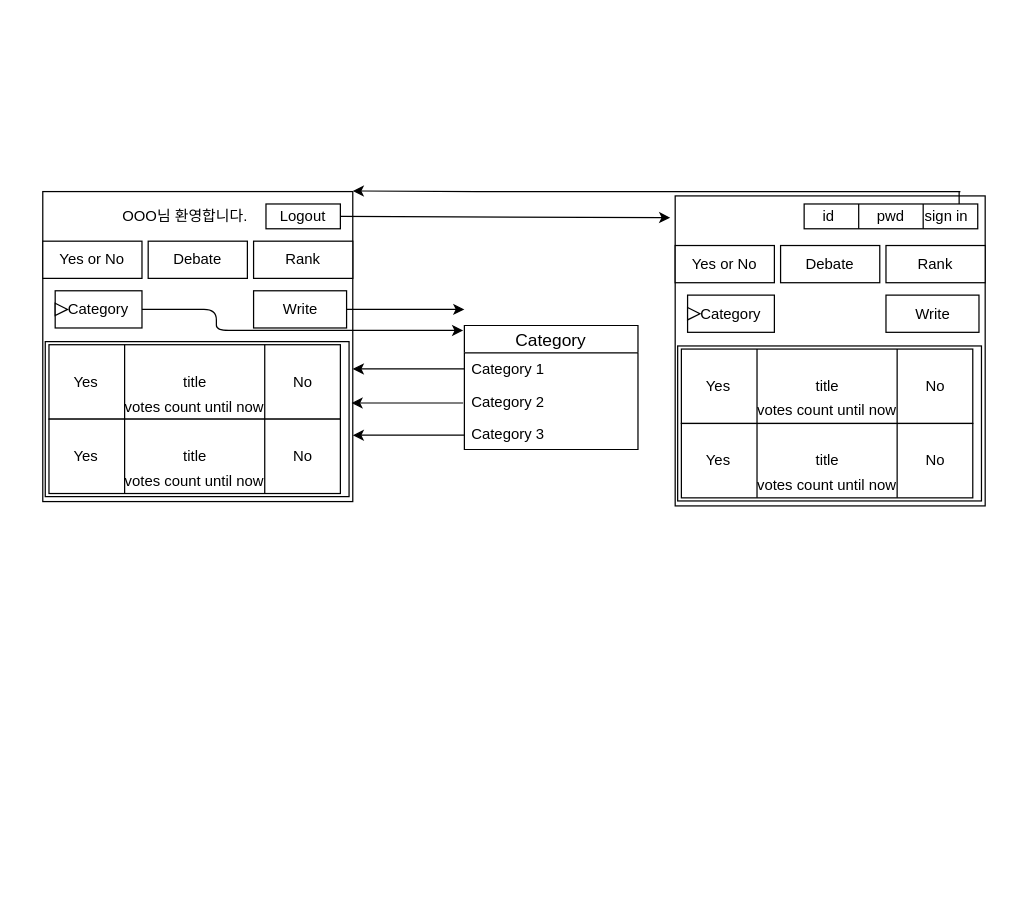
Earlier version of the draw.io diagram drawio_images/swpp201901_debate_Diagram.drawio (monchana/TalkCraft). Source tidied: cells renumbered, new cells numbered last; positions are measured from the earlier drawing's top-left corner, leaving out a move shared by most shapes. Both pictures are drawn from the tidied source at 124%, with x=0, y=0 at pixel (42, 191).
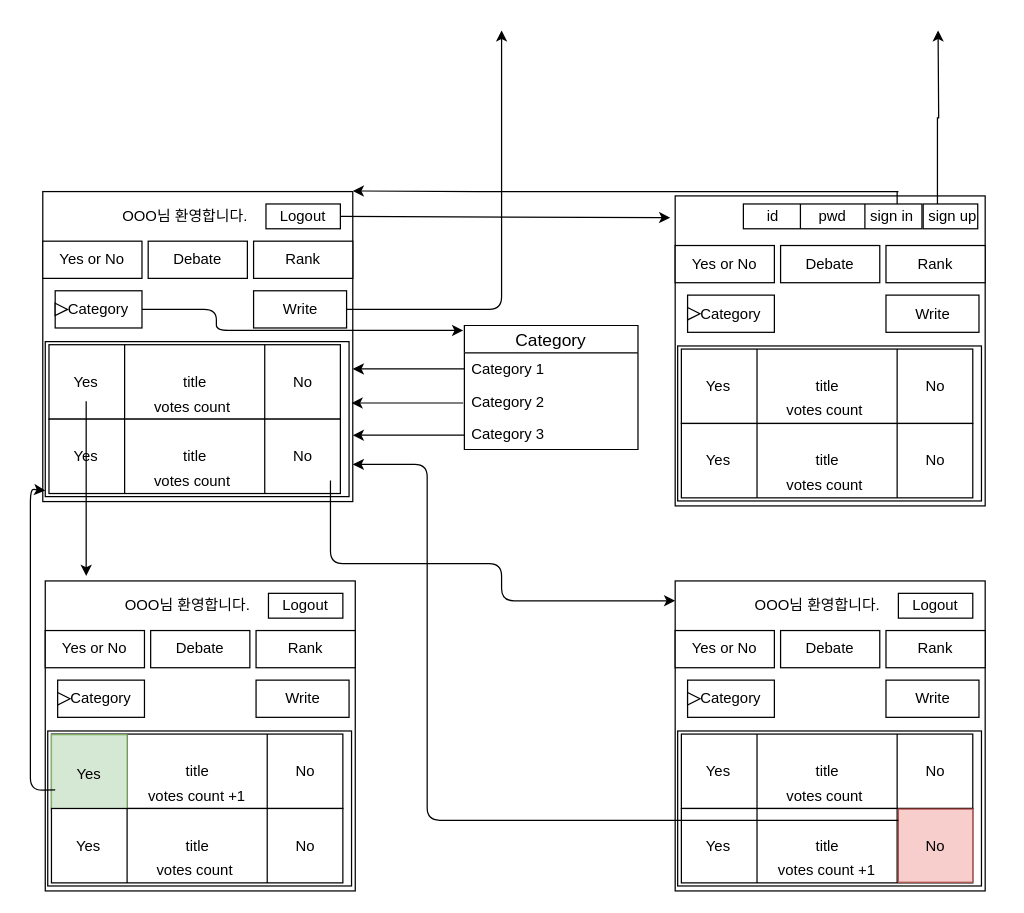
The same diagram, later.

The change refers to these unchanged cells:
```xml
<mxCell id="2" style="whiteSpace=wrap;html=1;" parent="1" vertex="1">
  <mxGeometry width="250" height="250" as="geometry" />
</mxCell>
```

What changed in the source:
```diff
@@
     <mxCell id="16" style="endArrow=classic;html=1;" parent="1" edge="1">
       <mxGeometry relative="1" as="geometry">
         <mxPoint x="245" y="95" as="sourcePoint" />
-        <mxPoint x="340" y="95" as="targetPoint" />
+        <mxPoint x="370" y="-130" as="targetPoint" />
+        <Array as="points">
+          <mxPoint x="370" y="95" />
+        </Array>
       </mxGeometry>
     </mxCell>
@@
-    <mxCell id="30" value="votes count until now" style="text;html=1;strokeColor=none;fillColor=none;align=center;verticalAlign=middle;whiteSpace=wrap;rounded=0;" parent="1" vertex="1">
+    <mxCell id="30" value="votes count&amp;nbsp;" style="text;html=1;strokeColor=none;fillColor=none;align=center;verticalAlign=middle;whiteSpace=wrap;rounded=0;" parent="1" vertex="1">
       <mxGeometry x="61" y="163.5" width="123" height="20" as="geometry" />
     </mxCell>
@@
-    <mxCell id="35" value="votes count until now" style="text;html=1;strokeColor=none;fillColor=none;align=center;verticalAlign=middle;whiteSpace=wrap;rounded=0;" parent="1" vertex="1">
+    <mxCell id="35" value="votes count&amp;nbsp;&lt;br&gt;" style="text;html=1;strokeColor=none;fillColor=none;align=center;verticalAlign=middle;whiteSpace=wrap;rounded=0;" parent="1" vertex="1">
       <mxGeometry x="61" y="223.5" width="123" height="20" as="geometry" />
     </mxCell>
@@
-    <mxCell id="52" value="votes count until now" style="text;html=1;strokeColor=none;fillColor=none;align=center;verticalAlign=middle;whiteSpace=wrap;rounded=0;" parent="1" vertex="1">
+    <mxCell id="52" value="votes count&amp;nbsp;" style="text;html=1;strokeColor=none;fillColor=none;align=center;verticalAlign=middle;whiteSpace=wrap;rounded=0;" parent="1" vertex="1">
       <mxGeometry x="571" y="167" width="123" height="20" as="geometry" />
     </mxCell>
@@
-    <mxCell id="57" value="votes count until now" style="text;html=1;strokeColor=none;fillColor=none;align=center;verticalAlign=middle;whiteSpace=wrap;rounded=0;" parent="1" vertex="1">
+    <mxCell id="57" value="votes count&amp;nbsp;" style="text;html=1;strokeColor=none;fillColor=none;align=center;verticalAlign=middle;whiteSpace=wrap;rounded=0;" parent="1" vertex="1">
       <mxGeometry x="571" y="227" width="123" height="20" as="geometry" />
     </mxCell>
     <mxCell id="58" style="shape=process;whiteSpace=wrap;html=1;backgroundOutline=1;size=0.31666666666666665;" parent="1" vertex="1">
-      <mxGeometry x="614" y="10" width="140" height="20" as="geometry" />
+      <mxGeometry x="565" y="10" width="144" height="20" as="geometry" />
     </mxCell>
+    <mxCell id="62" value="OOO님 환영합니다." style="text;html=1;strokeColor=none;fillColor=none;align=center;verticalAlign=middle;whiteSpace=wrap;rounded=0;" parent="1" vertex="1">
+      <mxGeometry x="55" y="10" width="120" height="20" as="geometry" />
+    </mxCell>
+    <mxCell id="63" style="endArrow=classic;html=1;" parent="1" edge="1">
+      <mxGeometry relative="1" as="geometry">
+        <mxPoint x="690" as="sourcePoint" />
+        <mxPoint x="250" y="-0.5" as="targetPoint" />
+        <Array as="points">
+          <mxPoint x="360" />
+        </Array>
+      </mxGeometry>
+    </mxCell>
     <mxCell id="59" value="id" style="text;html=1;strokeColor=none;fillColor=none;align=center;verticalAlign=middle;whiteSpace=wrap;rounded=0;" parent="1" vertex="1">
-      <mxGeometry x="614" y="10" width="40" height="20" as="geometry" />
+      <mxGeometry x="569" y="10" width="40" height="20" as="geometry" />
     </mxCell>
     <mxCell id="60" value="pwd" style="text;html=1;strokeColor=none;fillColor=none;align=center;verticalAlign=middle;whiteSpace=wrap;rounded=0;" parent="1" vertex="1">
-      <mxGeometry x="664" y="10" width="40" height="20" as="geometry" />
+      <mxGeometry x="617" y="10" width="40" height="20" as="geometry" />
     </mxCell>
     <mxCell id="61" value="sign in" style="text;html=1;strokeColor=none;fillColor=none;align=center;verticalAlign=middle;whiteSpace=wrap;rounded=0;" parent="1" vertex="1">
-      <mxGeometry x="684" y="10" width="90" height="20" as="geometry" />
+      <mxGeometry x="665" y="10" width="40" height="20" as="geometry" />
     </mxCell>
-    <mxCell id="62" value="OOO님 환영합니다." style="text;html=1;strokeColor=none;fillColor=none;align=center;verticalAlign=middle;whiteSpace=wrap;rounded=0;" parent="1" vertex="1">
-      <mxGeometry x="55" y="10" width="120" height="20" as="geometry" />
-    </mxCell>
-    <mxCell id="63" style="endArrow=classic;html=1;" parent="1" edge="1">
-      <mxGeometry relative="1" as="geometry">
-        <mxPoint x="740" as="sourcePoint" />
-        <mxPoint x="250" y="-0.5" as="targetPoint" />
-        <Array as="points">
-          <mxPoint x="360" />
-        </Array>
-      </mxGeometry>
-    </mxCell>
-    <mxCell id="64" style="endArrow=none;html=1;" parent="1" edge="1">
-      <mxGeometry relative="1" as="geometry">
-        <mxPoint x="739" y="10" as="sourcePoint" />
-        <mxPoint x="739" as="targetPoint" />
-      </mxGeometry>
-    </mxCell>
+    <mxCell id="65" style="rounded=0;whiteSpace=wrap;html=1;" parent="1" vertex="1">
+      <mxGeometry x="710" y="10" width="44" height="20" as="geometry" />
+    </mxCell>
+    <mxCell id="66" style="edgeStyle=orthogonalEdgeStyle;rounded=0;jettySize=auto;html=1;exitX=0.25;exitY=0;exitDx=0;exitDy=0;" parent="1" edge="1" source="67">
+      <mxGeometry relative="1" as="geometry">
+        <mxPoint x="722" y="-130" as="targetPoint" />
+      </mxGeometry>
+    </mxCell>
+    <mxCell id="67" value="sign up" style="text;html=1;strokeColor=none;fillColor=none;align=center;verticalAlign=middle;whiteSpace=wrap;rounded=0;" parent="1" vertex="1">
+      <mxGeometry x="709" y="10" width="50" height="20" as="geometry" />
+    </mxCell>
+    <mxCell id="68" style="endArrow=none;html=1;" parent="1" edge="1">
+      <mxGeometry relative="1" as="geometry">
+        <mxPoint x="689" y="10" as="sourcePoint" />
+        <mxPoint x="689" as="targetPoint" />
+      </mxGeometry>
+    </mxCell>
+    <mxCell id="69" style="whiteSpace=wrap;html=1;" parent="1" vertex="1">
+      <mxGeometry x="2" y="314" width="250" height="250" as="geometry" />
+    </mxCell>
+    <mxCell id="70" style="rounded=0;whiteSpace=wrap;html=1;" parent="1" vertex="1">
+      <mxGeometry x="182" y="324" width="60" height="20" as="geometry" />
+    </mxCell>
+    <mxCell id="71" value="Logout" style="text;html=1;strokeColor=none;fillColor=none;align=center;verticalAlign=middle;whiteSpace=wrap;rounded=0;" parent="1" vertex="1">
+      <mxGeometry x="192" y="324" width="40" height="20" as="geometry" />
+    </mxCell>
+    <mxCell id="72" style="rounded=0;whiteSpace=wrap;html=1;" parent="1" vertex="1">
+      <mxGeometry x="2" y="354" width="80" height="30" as="geometry" />
+    </mxCell>
+    <mxCell id="73" value="Yes or No" style="text;html=1;strokeColor=none;fillColor=none;align=center;verticalAlign=middle;whiteSpace=wrap;rounded=0;" parent="1" vertex="1">
+      <mxGeometry x="12" y="359" width="60" height="20" as="geometry" />
+    </mxCell>
+    <mxCell id="74" style="rounded=0;whiteSpace=wrap;html=1;" parent="1" vertex="1">
+      <mxGeometry x="87" y="354" width="80" height="30" as="geometry" />
+    </mxCell>
+    <mxCell id="75" value="Debate" style="text;html=1;strokeColor=none;fillColor=none;align=center;verticalAlign=middle;whiteSpace=wrap;rounded=0;" parent="1" vertex="1">
+      <mxGeometry x="107" y="359" width="40" height="20" as="geometry" />
+    </mxCell>
+    <mxCell id="76" style="rounded=0;whiteSpace=wrap;html=1;" parent="1" vertex="1">
+      <mxGeometry x="172" y="354" width="80" height="30" as="geometry" />
+    </mxCell>
+    <mxCell id="77" value="Rank" style="text;html=1;strokeColor=none;fillColor=none;align=center;verticalAlign=middle;whiteSpace=wrap;rounded=0;" parent="1" vertex="1">
+      <mxGeometry x="192" y="359" width="40" height="20" as="geometry" />
+    </mxCell>
+    <mxCell id="78" value="Category" style="html=1;whiteSpace=wrap;" parent="1" vertex="1">
+      <mxGeometry x="12" y="394" width="70" height="30" as="geometry" />
+    </mxCell>
+    <mxCell id="79" style="triangle;html=1;whiteSpace=wrap;" parent="78" vertex="1">
+      <mxGeometry y="10" width="10" height="10" as="geometry" />
+    </mxCell>
+    <mxCell id="80" style="rounded=0;whiteSpace=wrap;html=1;" parent="1" vertex="1">
+      <mxGeometry x="172" y="394" width="75" height="30" as="geometry" />
+    </mxCell>
+    <mxCell id="81" value="Write" style="text;html=1;strokeColor=none;fillColor=none;align=center;verticalAlign=middle;whiteSpace=wrap;rounded=0;" parent="1" vertex="1">
+      <mxGeometry x="189.5" y="399" width="40" height="20" as="geometry" />
+    </mxCell>
+    <mxCell id="82" style="rounded=0;whiteSpace=wrap;html=1;" parent="1" vertex="1">
+      <mxGeometry x="4" y="435" width="245" height="125" as="geometry" />
+    </mxCell>
+    <mxCell id="83" style="shape=process;whiteSpace=wrap;html=1;backgroundOutline=1;size=0.25957446808510637;" parent="1" vertex="1">
+      <mxGeometry x="7" y="437.5" width="235" height="60" as="geometry" />
+    </mxCell>
+    <mxCell id="84" value="Yes" style="text;html=1;strokeColor=#82b366;fillColor=#d5e8d4;align=center;verticalAlign=middle;whiteSpace=wrap;rounded=0;" parent="1" vertex="1">
+      <mxGeometry x="7" y="438" width="61" height="63" as="geometry" />
+    </mxCell>
+    <mxCell id="85" value="No&lt;br&gt;" style="text;html=1;strokeColor=none;fillColor=none;align=center;verticalAlign=middle;whiteSpace=wrap;rounded=0;" parent="1" vertex="1">
+      <mxGeometry x="192" y="457.5" width="40" height="20" as="geometry" />
+    </mxCell>
+    <mxCell id="86" value="title" style="text;html=1;strokeColor=none;fillColor=none;align=center;verticalAlign=middle;whiteSpace=wrap;rounded=0;" parent="1" vertex="1">
+      <mxGeometry x="104.5" y="457.5" width="40" height="20" as="geometry" />
+    </mxCell>
+    <mxCell id="87" value="votes count +1" style="text;html=1;strokeColor=none;fillColor=none;align=center;verticalAlign=middle;whiteSpace=wrap;rounded=0;" parent="1" vertex="1">
+      <mxGeometry x="63" y="477.5" width="123" height="20" as="geometry" />
+    </mxCell>
+    <mxCell id="88" style="shape=process;whiteSpace=wrap;html=1;backgroundOutline=1;size=0.25957446808510637;" parent="1" vertex="1">
+      <mxGeometry x="7" y="497.5" width="235" height="60" as="geometry" />
+    </mxCell>
+    <mxCell id="89" value="Yes" style="text;html=1;strokeColor=none;fillColor=none;align=center;verticalAlign=middle;whiteSpace=wrap;rounded=0;" parent="1" vertex="1">
+      <mxGeometry x="17" y="517.5" width="40" height="20" as="geometry" />
+    </mxCell>
+    <mxCell id="90" value="No&lt;br&gt;" style="text;html=1;strokeColor=none;fillColor=none;align=center;verticalAlign=middle;whiteSpace=wrap;rounded=0;" parent="1" vertex="1">
+      <mxGeometry x="192" y="517.5" width="40" height="20" as="geometry" />
+    </mxCell>
+    <mxCell id="91" value="title" style="text;html=1;strokeColor=none;fillColor=none;align=center;verticalAlign=middle;whiteSpace=wrap;rounded=0;" parent="1" vertex="1">
+      <mxGeometry x="104.5" y="517.5" width="40" height="20" as="geometry" />
+    </mxCell>
+    <mxCell id="92" value="votes count&amp;nbsp;" style="text;html=1;strokeColor=none;fillColor=none;align=center;verticalAlign=middle;whiteSpace=wrap;rounded=0;" parent="1" vertex="1">
+      <mxGeometry x="63" y="537.5" width="123" height="20" as="geometry" />
+    </mxCell>
+    <mxCell id="93" value="OOO님 환영합니다." style="text;html=1;strokeColor=none;fillColor=none;align=center;verticalAlign=middle;whiteSpace=wrap;rounded=0;" parent="1" vertex="1">
+      <mxGeometry x="57" y="324" width="120" height="20" as="geometry" />
+    </mxCell>
+    <mxCell id="94" style="endArrow=classic;html=1;" parent="1" edge="1">
+      <mxGeometry relative="1" as="geometry">
+        <mxPoint x="35" y="169" as="sourcePoint" />
+        <mxPoint x="35" y="310" as="targetPoint" />
+      </mxGeometry>
+    </mxCell>
+    <mxCell id="95" style="endArrow=classic;html=1;entryX=0.008;entryY=0.964;entryDx=0;entryDy=0;entryPerimeter=0;" parent="1" edge="1" target="2">
+      <mxGeometry relative="1" as="geometry">
+        <mxPoint x="10" y="482.5" as="sourcePoint" />
+        <Array as="points">
+          <mxPoint x="-10" y="483" />
+          <mxPoint x="-10" y="365" />
+          <mxPoint x="-10" y="240" />
+        </Array>
+      </mxGeometry>
+    </mxCell>
+    <mxCell id="96" style="endArrow=classic;html=1;" parent="1" edge="1">
+      <mxGeometry relative="1" as="geometry">
+        <mxPoint x="232" y="233" as="sourcePoint" />
+        <mxPoint x="510" y="330" as="targetPoint" />
+        <Array as="points">
+          <mxPoint x="232" y="300" />
+          <mxPoint x="370" y="300" />
+          <mxPoint x="370" y="330" />
+        </Array>
+      </mxGeometry>
+    </mxCell>
+    <mxCell id="97" style="whiteSpace=wrap;html=1;" parent="1" vertex="1">
+      <mxGeometry x="510" y="314" width="250" height="250" as="geometry" />
+    </mxCell>
+    <mxCell id="98" style="rounded=0;whiteSpace=wrap;html=1;" parent="1" vertex="1">
+      <mxGeometry x="690" y="324" width="60" height="20" as="geometry" />
+    </mxCell>
+    <mxCell id="99" value="Logout" style="text;html=1;strokeColor=none;fillColor=none;align=center;verticalAlign=middle;whiteSpace=wrap;rounded=0;" parent="1" vertex="1">
+      <mxGeometry x="700" y="324" width="40" height="20" as="geometry" />
+    </mxCell>
+    <mxCell id="100" style="rounded=0;whiteSpace=wrap;html=1;" parent="1" vertex="1">
+      <mxGeometry x="510" y="354" width="80" height="30" as="geometry" />
+    </mxCell>
+    <mxCell id="101" value="Yes or No" style="text;html=1;strokeColor=none;fillColor=none;align=center;verticalAlign=middle;whiteSpace=wrap;rounded=0;" parent="1" vertex="1">
+      <mxGeometry x="520" y="359" width="60" height="20" as="geometry" />
+    </mxCell>
+    <mxCell id="102" style="rounded=0;whiteSpace=wrap;html=1;" parent="1" vertex="1">
+      <mxGeometry x="595" y="354" width="80" height="30" as="geometry" />
+    </mxCell>
+    <mxCell id="103" value="Debate" style="text;html=1;strokeColor=none;fillColor=none;align=center;verticalAlign=middle;whiteSpace=wrap;rounded=0;" parent="1" vertex="1">
+      <mxGeometry x="615" y="359" width="40" height="20" as="geometry" />
+    </mxCell>
+    <mxCell id="104" style="rounded=0;whiteSpace=wrap;html=1;" parent="1" vertex="1">
+      <mxGeometry x="680" y="354" width="80" height="30" as="geometry" />
+    </mxCell>
+    <mxCell id="105" value="Rank" style="text;html=1;strokeColor=none;fillColor=none;align=center;verticalAlign=middle;whiteSpace=wrap;rounded=0;" parent="1" vertex="1">
+      <mxGeometry x="700" y="359" width="40" height="20" as="geometry" />
+    </mxCell>
+    <mxCell id="106" value="Category" style="html=1;whiteSpace=wrap;" parent="1" vertex="1">
+      <mxGeometry x="520" y="394" width="70" height="30" as="geometry" />
+    </mxCell>
+    <mxCell id="107" style="triangle;html=1;whiteSpace=wrap;" parent="106" vertex="1">
+      <mxGeometry y="10" width="10" height="10" as="geometry" />
+    </mxCell>
+    <mxCell id="108" style="rounded=0;whiteSpace=wrap;html=1;" parent="1" vertex="1">
+      <mxGeometry x="680" y="394" width="75" height="30" as="geometry" />
+    </mxCell>
+    <mxCell id="109" value="Write" style="text;html=1;strokeColor=none;fillColor=none;align=center;verticalAlign=middle;whiteSpace=wrap;rounded=0;" parent="1" vertex="1">
+      <mxGeometry x="697.5" y="399" width="40" height="20" as="geometry" />
+    </mxCell>
+    <mxCell id="110" style="rounded=0;whiteSpace=wrap;html=1;" parent="1" vertex="1">
+      <mxGeometry x="512" y="435" width="245" height="125" as="geometry" />
+    </mxCell>
+    <mxCell id="111" style="shape=process;whiteSpace=wrap;html=1;backgroundOutline=1;size=0.25957446808510637;" parent="1" vertex="1">
+      <mxGeometry x="515" y="437.5" width="235" height="60" as="geometry" />
+    </mxCell>
+    <mxCell id="112" value="Yes" style="text;html=1;strokeColor=none;fillColor=none;align=center;verticalAlign=middle;whiteSpace=wrap;rounded=0;" parent="1" vertex="1">
+      <mxGeometry x="525" y="457.5" width="40" height="20" as="geometry" />
+    </mxCell>
+    <mxCell id="113" value="No&lt;br&gt;" style="text;html=1;strokeColor=none;fillColor=none;align=center;verticalAlign=middle;whiteSpace=wrap;rounded=0;" parent="1" vertex="1">
+      <mxGeometry x="700" y="457.5" width="40" height="20" as="geometry" />
+    </mxCell>
+    <mxCell id="114" value="title" style="text;html=1;strokeColor=none;fillColor=none;align=center;verticalAlign=middle;whiteSpace=wrap;rounded=0;" parent="1" vertex="1">
+      <mxGeometry x="612.5" y="457.5" width="40" height="20" as="geometry" />
+    </mxCell>
+    <mxCell id="115" value="votes count&amp;nbsp;" style="text;html=1;strokeColor=none;fillColor=none;align=center;verticalAlign=middle;whiteSpace=wrap;rounded=0;" parent="1" vertex="1">
+      <mxGeometry x="571" y="477.5" width="123" height="20" as="geometry" />
+    </mxCell>
+    <mxCell id="116" style="shape=process;whiteSpace=wrap;html=1;backgroundOutline=1;size=0.25957446808510637;" parent="1" vertex="1">
+      <mxGeometry x="515" y="497.5" width="235" height="60" as="geometry" />
+    </mxCell>
+    <mxCell id="117" value="Yes" style="text;html=1;strokeColor=none;fillColor=none;align=center;verticalAlign=middle;whiteSpace=wrap;rounded=0;" parent="1" vertex="1">
+      <mxGeometry x="525" y="517.5" width="40" height="20" as="geometry" />
+    </mxCell>
+    <mxCell id="118" value="No&lt;br&gt;" style="text;html=1;strokeColor=#b85450;fillColor=#f8cecc;align=center;verticalAlign=middle;whiteSpace=wrap;rounded=0;" parent="1" vertex="1">
+      <mxGeometry x="690" y="498" width="60" height="59" as="geometry" />
+    </mxCell>
+    <mxCell id="119" value="title" style="text;html=1;strokeColor=none;fillColor=none;align=center;verticalAlign=middle;whiteSpace=wrap;rounded=0;" parent="1" vertex="1">
+      <mxGeometry x="612.5" y="517.5" width="40" height="20" as="geometry" />
+    </mxCell>
+    <mxCell id="120" value="votes count +1" style="text;html=1;strokeColor=none;fillColor=none;align=center;verticalAlign=middle;whiteSpace=wrap;rounded=0;" parent="1" vertex="1">
+      <mxGeometry x="571" y="537.5" width="123" height="20" as="geometry" />
+    </mxCell>
+    <mxCell id="121" value="OOO님 환영합니다." style="text;html=1;strokeColor=none;fillColor=none;align=center;verticalAlign=middle;whiteSpace=wrap;rounded=0;" parent="1" vertex="1">
+      <mxGeometry x="565" y="324" width="120" height="20" as="geometry" />
+    </mxCell>
+    <mxCell id="122" style="endArrow=classic;html=1;" parent="1" edge="1">
+      <mxGeometry relative="1" as="geometry">
+        <mxPoint x="690" y="507" as="sourcePoint" />
+        <mxPoint x="250" y="220" as="targetPoint" />
+        <Array as="points">
+          <mxPoint x="310" y="507" />
+          <mxPoint x="310" y="220" />
+        </Array>
+      </mxGeometry>
+    </mxCell>
```
